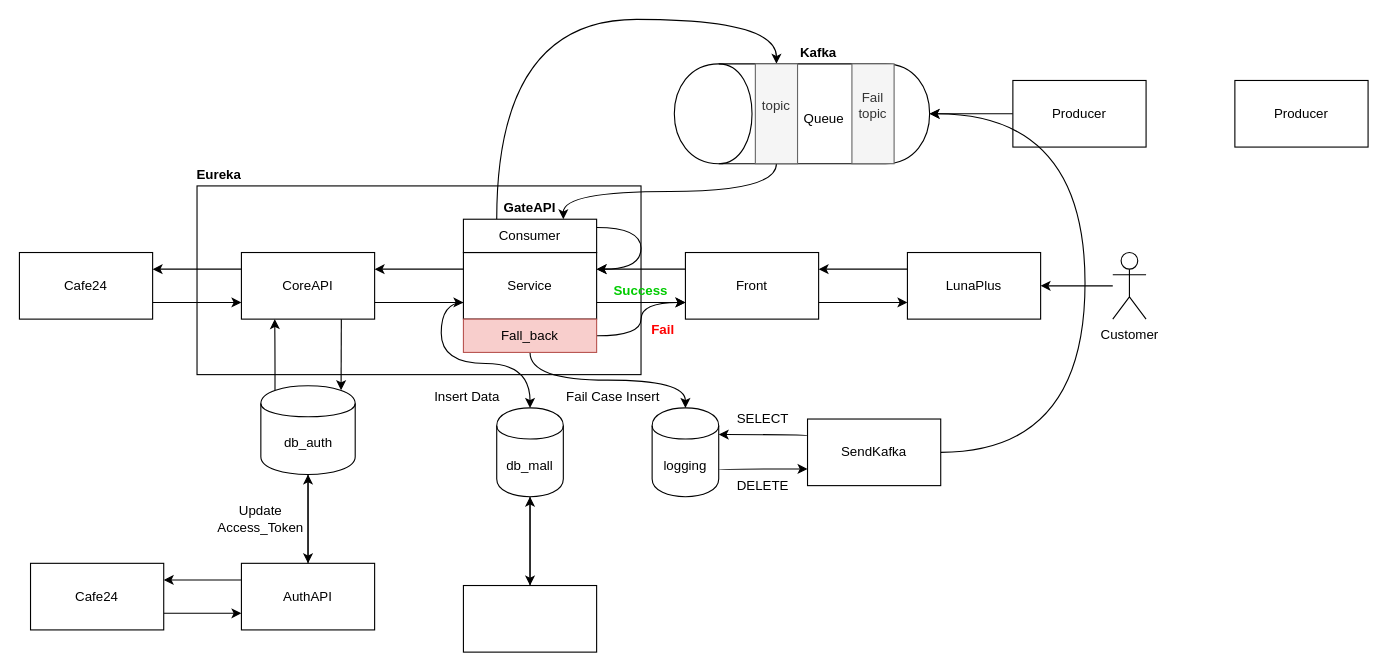
Earlier version of the draw.io diagram Untitled Diagram.drawio (kancho33/Luna_Architecture). Source tidied: cells renumbered, new cells numbered last; positions are measured from the earlier drawing's top-left corner, leaving out a move shared by most shapes. Both pictures are drawn from the tidied source at 111%, with x=0, y=0 at pixel (19, -14).
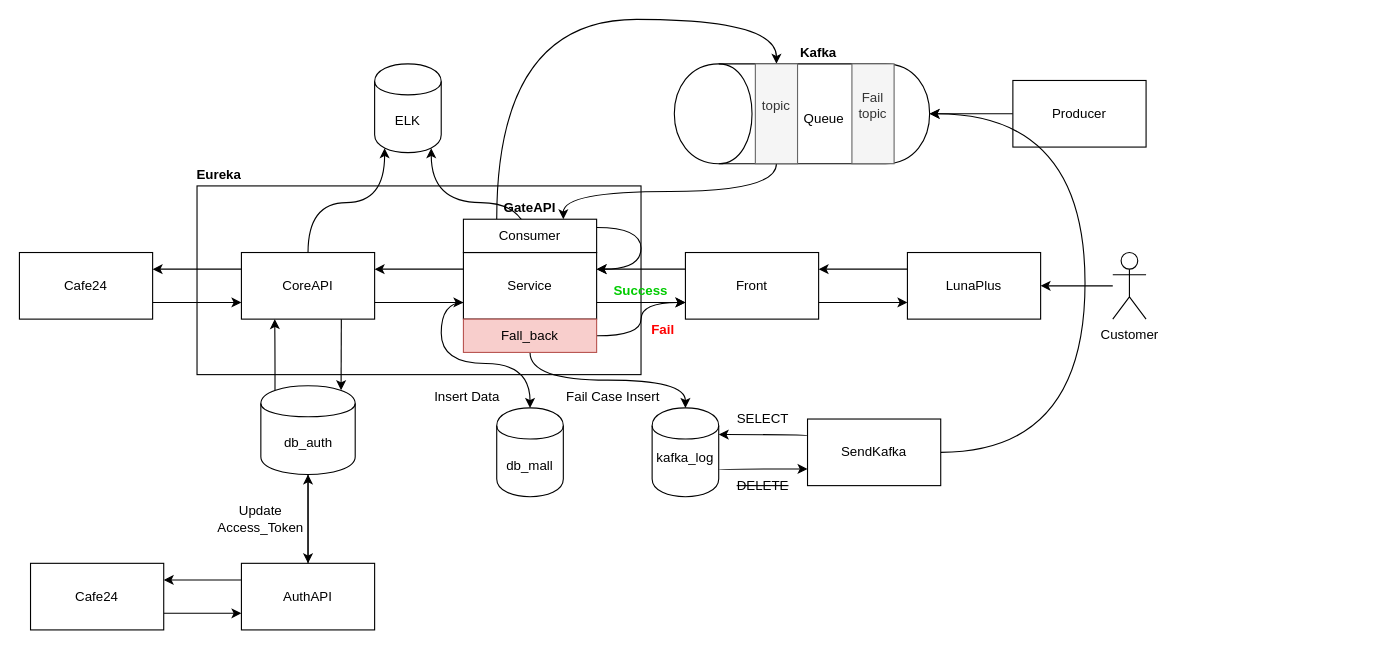
The same diagram, later.

Unchanged cells that the change refers to:
```xml
<mxCell id="14" value="CoreAPI" style="rounded=0;whiteSpace=wrap;html=1;" parent="1" vertex="1">
  <mxGeometry x="200" y="240" width="120" height="60" as="geometry" />
</mxCell>
<mxCell id="21" value="Service" style="rounded=0;whiteSpace=wrap;html=1;" parent="1" vertex="1">
  <mxGeometry x="400" y="240" width="120" height="60" as="geometry" />
</mxCell>
<mxCell id="28" value="db_mall" style="shape=cylinder;whiteSpace=wrap;html=1;boundedLbl=1;backgroundOutline=1;" parent="1" vertex="1">
  <mxGeometry x="430" y="380" width="60" height="80" as="geometry" />
</mxCell>
```

Change to the diagram source:
```diff
@@
+    <mxCell id="61" style="edgeStyle=orthogonalEdgeStyle;curved=1;rounded=0;jettySize=auto;html=1;entryX=0.15;entryY=0.95;entryDx=0;entryDy=0;entryPerimeter=0;startArrow=none;startFill=0;" parent="1" edge="1" source="14" target="63">
+      <mxGeometry relative="1" as="geometry" />
+    </mxCell>
@@
+    <mxCell id="62" style="edgeStyle=orthogonalEdgeStyle;curved=1;rounded=0;jettySize=auto;html=1;exitX=0.5;exitY=0;exitDx=0;exitDy=0;entryX=0.85;entryY=0.95;entryDx=0;entryDy=0;entryPerimeter=0;startArrow=none;startFill=0;" parent="1" edge="1" source="21" target="63">
+      <mxGeometry relative="1" as="geometry" />
+    </mxCell>
@@
-    <mxCell id="27" style="edgeStyle=orthogonalEdgeStyle;curved=1;rounded=0;jettySize=auto;html=1;" parent="1" edge="1" source="28">
-      <mxGeometry relative="1" as="geometry">
-        <mxPoint x="460" y="540" as="targetPoint" />
-      </mxGeometry>
-    </mxCell>
@@
-    <mxCell id="30" value="logging" style="shape=cylinder;whiteSpace=wrap;html=1;boundedLbl=1;backgroundOutline=1;" parent="1" vertex="1">
+    <mxCell id="30" value="kafka_log&lt;br&gt;&lt;br&gt;" style="shape=cylinder;whiteSpace=wrap;html=1;boundedLbl=1;backgroundOutline=1;" parent="1" vertex="1">
       <mxGeometry x="570" y="380" width="60" height="80" as="geometry" />
     </mxCell>
@@
-    <mxCell id="38" value="Producer&lt;br&gt;" style="rounded=0;whiteSpace=wrap;html=1;" parent="1" vertex="1">
-      <mxGeometry x="1095" y="85" width="120" height="60" as="geometry" />
-    </mxCell>
@@
-    <mxCell id="47" value="DELETE" style="text;html=1;strokeColor=none;fillColor=none;align=center;verticalAlign=middle;whiteSpace=wrap;rounded=0;" parent="1" vertex="1">
+    <mxCell id="47" value="&lt;strike&gt;DELETE&lt;/strike&gt;" style="text;html=1;strokeColor=none;fillColor=none;align=center;verticalAlign=middle;whiteSpace=wrap;rounded=0;" parent="1" vertex="1">
       <mxGeometry x="650" y="440" width="40" height="20" as="geometry" />
     </mxCell>
-    <mxCell id="48" style="edgeStyle=orthogonalEdgeStyle;curved=1;rounded=0;jettySize=auto;html=1;" parent="1" edge="1" source="49" target="28">
-      <mxGeometry relative="1" as="geometry" />
-    </mxCell>
-    <mxCell id="49" style="rounded=0;whiteSpace=wrap;html=1;" parent="1" vertex="1">
-      <mxGeometry x="400" y="540" width="120" height="60" as="geometry" />
-    </mxCell>
@@
+    <mxCell id="63" value="ELK" style="shape=cylinder;whiteSpace=wrap;html=1;boundedLbl=1;backgroundOutline=1;" parent="1" vertex="1">
+      <mxGeometry x="320" y="70" width="60" height="80" as="geometry" />
+    </mxCell>
```
